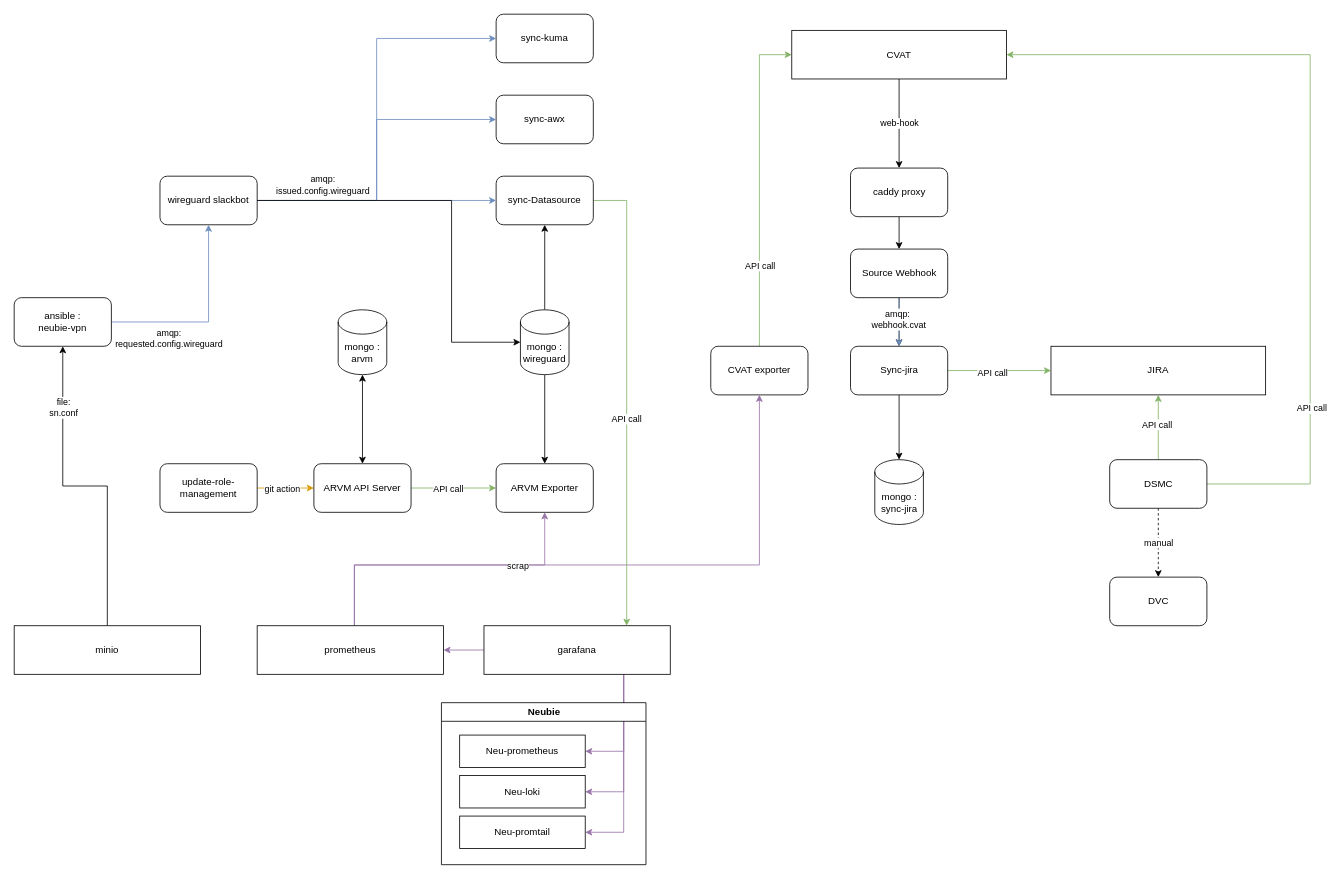
Above: page "Page-1" (1 of 2) of Untitled Diagram.drawio in ChanYoungHan/EX.Materials (draw.io), before the change. Source tidied: cells renumbered, new cells numbered last; positions are measured from the earlier drawing's top-left corner, leaving out a move shared by most shapes. Both pictures are drawn from the tidied source at 81%, with x=0, y=0 at pixel (14, 14).
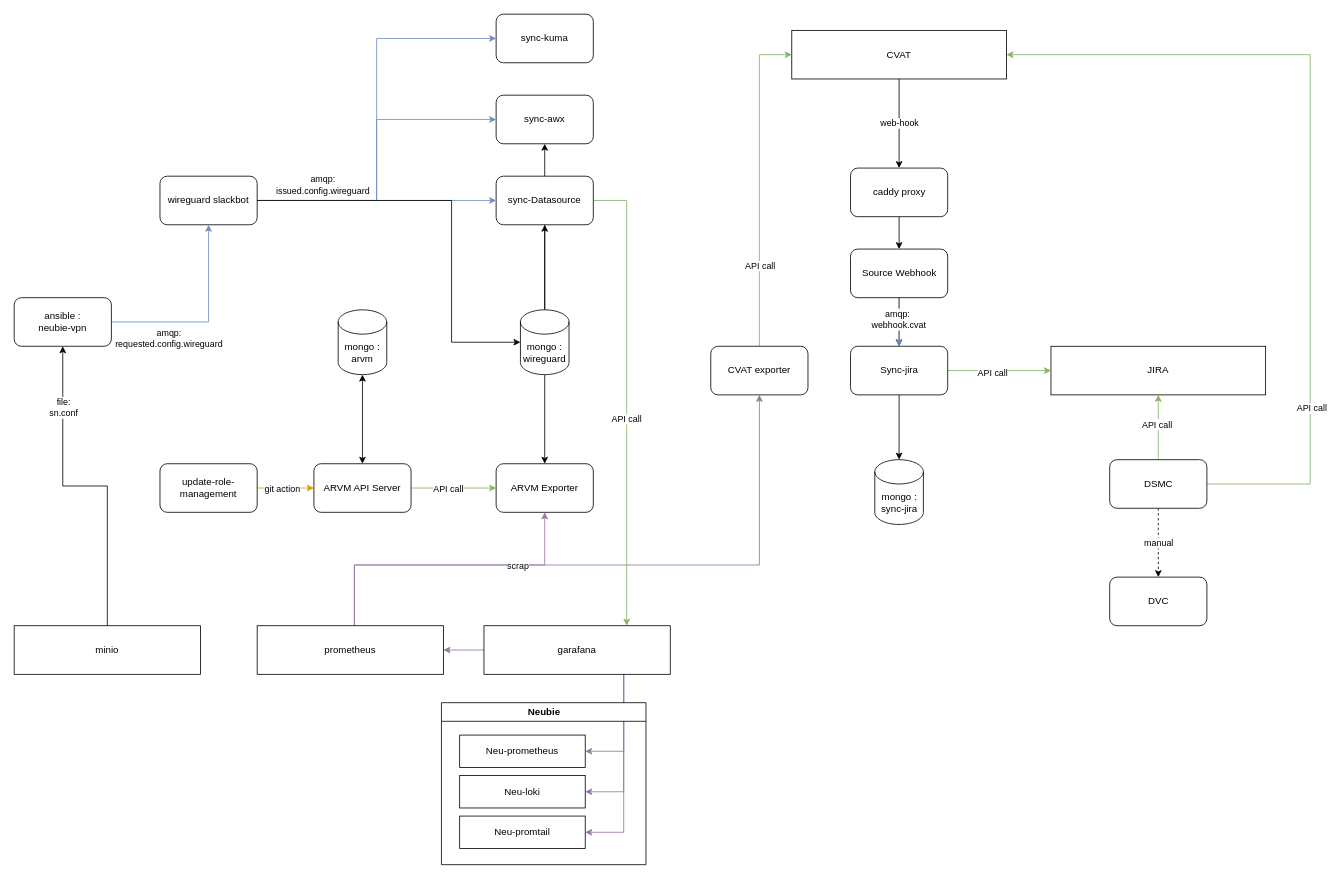
The same page after the edit.

Unchanged cells that the change refers to:
```xml
<mxCell id="10" value="mongo : wireguard" style="shape=cylinder3;whiteSpace=wrap;html=1;boundedLbl=1;backgroundOutline=1;size=15;" parent="1" vertex="1">
  <mxGeometry x="625" y="365" width="60" height="80" as="geometry" />
</mxCell>
<mxCell id="53" value="sync-awx" style="rounded=1;whiteSpace=wrap;html=1;" parent="1" vertex="1">
  <mxGeometry x="595" y="100" width="120" height="60" as="geometry" />
</mxCell>
```

What changed in the source:
```diff
@@
+    <mxCell id="68" style="edgeStyle=orthogonalEdgeStyle;rounded=0;jettySize=auto;html=1;exitX=0.5;exitY=0;exitDx=0;exitDy=0;exitPerimeter=0;entryX=0.5;entryY=1;entryDx=0;entryDy=0;" parent="1" edge="1" source="10" target="53">
+      <mxGeometry relative="1" as="geometry" />
+    </mxCell>
```
